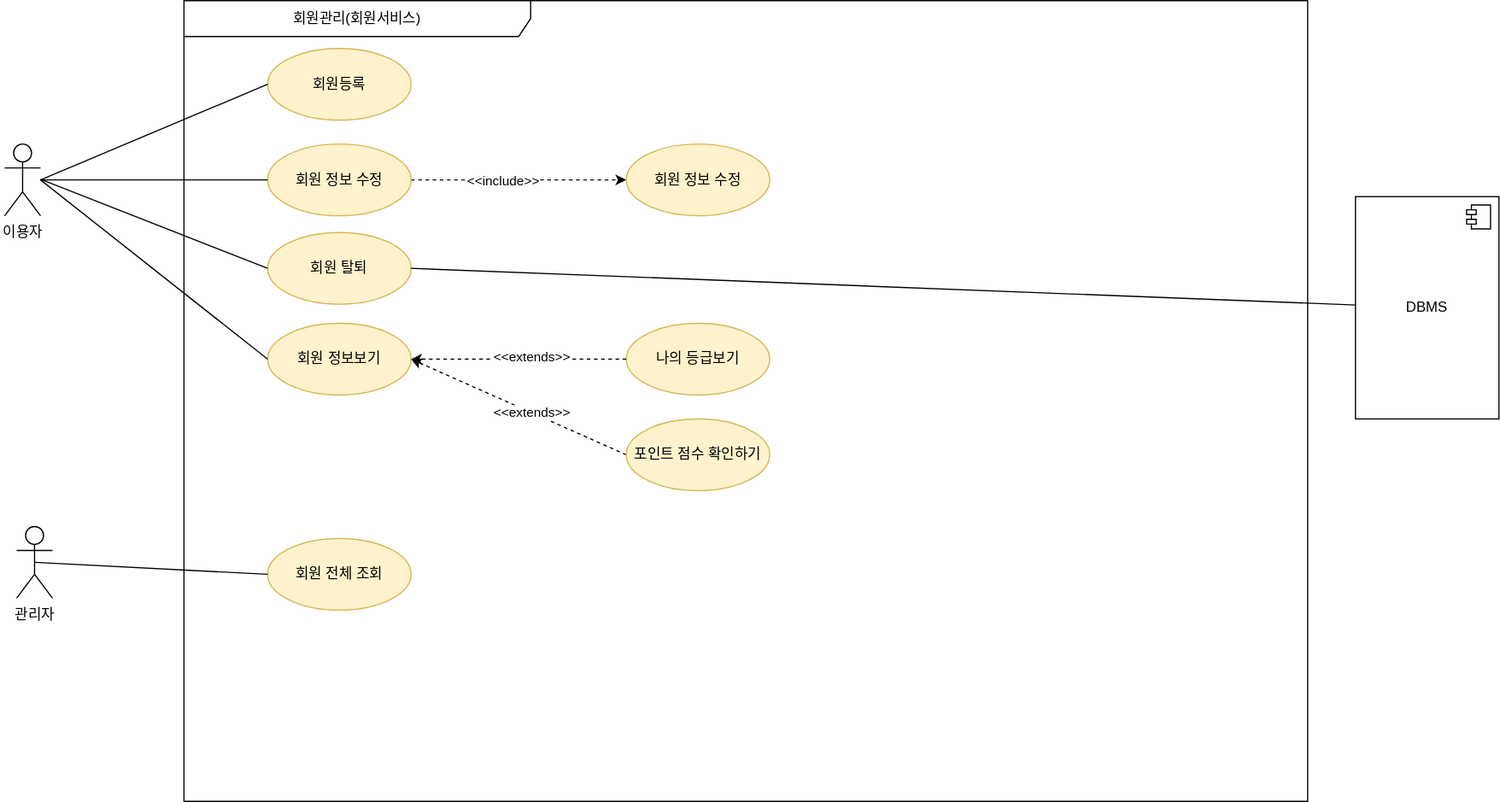
This is 제목 없는 다이어그램.drawio.svg from YooSehui/multi_it_test, a draw.io export, as it was before one commit. Source tidied: cells renumbered, new cells last; positions are measured from the earlier drawing's top-left corner, leaving out a move shared by most shapes. The source it was exported from:
```xml
<mxGraphModel>
  <root>
    <mxCell id="0" />
    <mxCell id="1" parent="0" />
    <mxCell id="2" value="이용자" style="shape=umlActor;verticalLabelPosition=bottom;verticalAlign=top;html=1;outlineConnect=0;" parent="1" vertex="1">
      <mxGeometry y="120" width="30" height="60" as="geometry" />
    </mxCell>
    <mxCell id="3" value="회원관리(회원서비스)" style="shape=umlFrame;whiteSpace=wrap;html=1;width=290;height=30;" parent="1" vertex="1">
      <mxGeometry x="150" width="940" height="670" as="geometry" />
    </mxCell>
    <mxCell id="4" value="관리자" style="shape=umlActor;verticalLabelPosition=bottom;verticalAlign=top;html=1;outlineConnect=0;" parent="1" vertex="1">
      <mxGeometry x="10" y="440" width="30" height="60" as="geometry" />
    </mxCell>
    <mxCell id="5" value="회원등록" style="ellipse;whiteSpace=wrap;html=1;fillColor=#fff2cc;strokeColor=#d6b656;" parent="1" vertex="1">
      <mxGeometry x="220" y="40" width="120" height="60" as="geometry" />
    </mxCell>
    <mxCell id="6" style="edgeStyle=orthogonalEdgeStyle;rounded=0;jettySize=auto;html=1;entryX=0;entryY=0.5;entryDx=0;entryDy=0;dashed=1;" parent="1" edge="1" source="8" target="17">
      <mxGeometry relative="1" as="geometry" />
    </mxCell>
    <mxCell id="7" value="&amp;lt;&amp;lt;include&amp;gt;&amp;gt;" style="edgeLabel;html=1;align=center;verticalAlign=middle;" parent="6" vertex="1">
      <mxGeometry x="-0.16" relative="1" as="geometry" />
    </mxCell>
    <mxCell id="8" value="회원 정보 수정" style="ellipse;whiteSpace=wrap;html=1;fillColor=#fff2cc;strokeColor=#d6b656;" parent="1" vertex="1">
      <mxGeometry x="220" y="120" width="120" height="60" as="geometry" />
    </mxCell>
    <mxCell id="9" value="회원 탈퇴" style="ellipse;whiteSpace=wrap;html=1;fillColor=#fff2cc;strokeColor=#d6b656;" parent="1" vertex="1">
      <mxGeometry x="220" y="194" width="120" height="60" as="geometry" />
    </mxCell>
    <mxCell id="10" value="회원 정보보기" style="ellipse;whiteSpace=wrap;html=1;fillColor=#fff2cc;strokeColor=#d6b656;" parent="1" vertex="1">
      <mxGeometry x="220" y="270" width="120" height="60" as="geometry" />
    </mxCell>
    <mxCell id="11" value="회원 전체 조회" style="ellipse;whiteSpace=wrap;html=1;fillColor=#fff2cc;strokeColor=#d6b656;" parent="1" vertex="1">
      <mxGeometry x="220" y="450" width="120" height="60" as="geometry" />
    </mxCell>
    <mxCell id="12" style="endArrow=none;html=1;rounded=0;entryX=0;entryY=0.5;entryDx=0;entryDy=0;" parent="1" edge="1" source="2" target="8">
      <mxGeometry relative="1" as="geometry" />
    </mxCell>
    <mxCell id="13" style="endArrow=none;html=1;rounded=0;entryX=0;entryY=0.5;entryDx=0;entryDy=0;" parent="1" edge="1" target="9">
      <mxGeometry relative="1" as="geometry">
        <mxPoint x="30" y="149.5" as="sourcePoint" />
      </mxGeometry>
    </mxCell>
    <mxCell id="14" style="endArrow=none;html=1;rounded=0;entryX=0;entryY=0.5;entryDx=0;entryDy=0;" parent="1" edge="1" target="10">
      <mxGeometry relative="1" as="geometry">
        <mxPoint x="30" y="150" as="sourcePoint" />
      </mxGeometry>
    </mxCell>
    <mxCell id="15" style="endArrow=none;html=1;rounded=0;entryX=0;entryY=0.5;entryDx=0;entryDy=0;" parent="1" edge="1" target="5">
      <mxGeometry relative="1" as="geometry">
        <mxPoint x="30" y="150" as="sourcePoint" />
      </mxGeometry>
    </mxCell>
    <mxCell id="16" style="endArrow=none;html=1;rounded=0;entryX=0;entryY=0.5;entryDx=0;entryDy=0;exitX=0.5;exitY=0.5;exitDx=0;exitDy=0;exitPerimeter=0;" parent="1" edge="1" source="4" target="11">
      <mxGeometry relative="1" as="geometry" />
    </mxCell>
    <mxCell id="17" value="회원 정보 수정" style="ellipse;whiteSpace=wrap;html=1;fillColor=#fff2cc;strokeColor=#d6b656;" parent="1" vertex="1">
      <mxGeometry x="520" y="120" width="120" height="60" as="geometry" />
    </mxCell>
    <mxCell id="18" value="나의 등급보기" style="ellipse;whiteSpace=wrap;html=1;fillColor=#fff2cc;strokeColor=#d6b656;" parent="1" vertex="1">
      <mxGeometry x="520" y="270" width="120" height="60" as="geometry" />
    </mxCell>
    <mxCell id="19" style="rounded=0;jettySize=auto;html=1;entryX=1;entryY=0.5;entryDx=0;entryDy=0;dashed=1;exitX=0;exitY=0.5;exitDx=0;exitDy=0;" parent="1" edge="1" source="21" target="10">
      <mxGeometry relative="1" as="geometry" />
    </mxCell>
    <mxCell id="20" value="&amp;lt;&amp;lt;extends&amp;gt;&amp;gt;" style="edgeLabel;html=1;align=center;verticalAlign=middle;" parent="19" vertex="1">
      <mxGeometry x="0.17" y="2" relative="1" as="geometry">
        <mxPoint x="26" y="9" as="offset" />
      </mxGeometry>
    </mxCell>
    <mxCell id="21" value="포인트 점수 확인하기" style="ellipse;whiteSpace=wrap;html=1;fillColor=#fff2cc;strokeColor=#d6b656;" parent="1" vertex="1">
      <mxGeometry x="520" y="350" width="120" height="60" as="geometry" />
    </mxCell>
    <mxCell id="22" style="rounded=0;jettySize=auto;html=1;entryX=1;entryY=0.5;entryDx=0;entryDy=0;dashed=1;" parent="1" edge="1" source="18">
      <mxGeometry relative="1" as="geometry">
        <mxPoint x="340" y="300" as="targetPoint" />
      </mxGeometry>
    </mxCell>
    <mxCell id="23" value="&amp;lt;&amp;lt;extends&amp;gt;&amp;gt;" style="edgeLabel;html=1;align=center;verticalAlign=middle;" parent="22" vertex="1">
      <mxGeometry x="-0.11" y="-3" relative="1" as="geometry" />
    </mxCell>
    <mxCell id="24" value="DBMS" style="html=1;whiteSpace=wrap;" parent="1" vertex="1">
      <mxGeometry x="1130" y="164" width="120" height="186" as="geometry" />
    </mxCell>
    <mxCell id="25" style="shape=module;jettyWidth=8;jettyHeight=4;" parent="24" vertex="1">
      <mxGeometry x="1" width="20" height="20" relative="1" as="geometry">
        <mxPoint x="-27" y="7" as="offset" />
      </mxGeometry>
    </mxCell>
    <mxCell id="26" style="endArrow=none;html=1;rounded=0;exitX=1;exitY=0.5;exitDx=0;exitDy=0;" parent="1" edge="1" source="9" target="24">
      <mxGeometry relative="1" as="geometry" />
    </mxCell>
  </root>
</mxGraphModel>
```
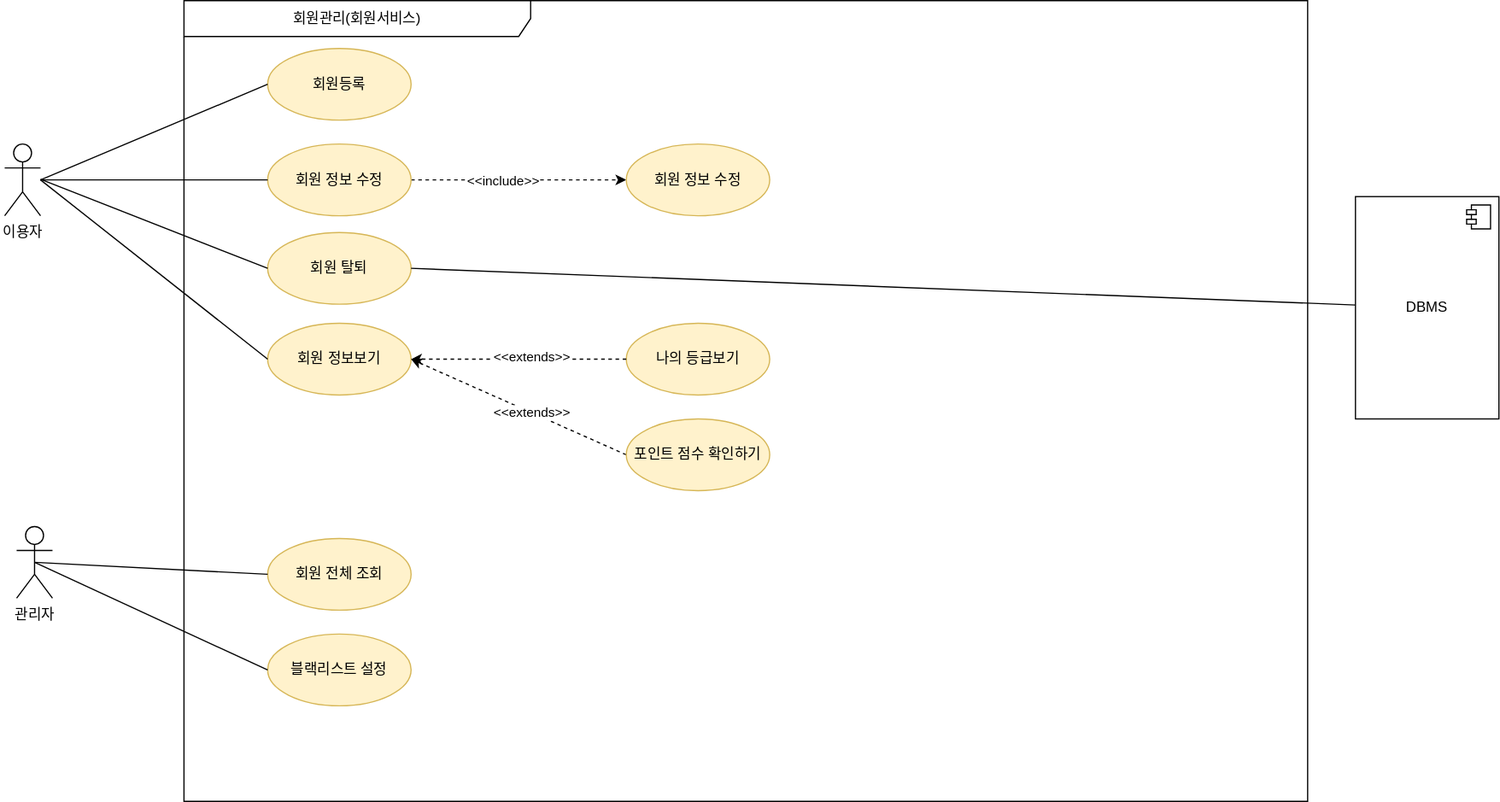
The same diagram one commit later.

Commit message:
회원관리유즈케이스.drawio.svg

Diff of the diagram source:
```diff
@@ -89,5 +89,13 @@
     <mxCell id="26" style="endArrow=none;html=1;rounded=0;exitX=1;exitY=0.5;exitDx=0;exitDy=0;" parent="1" edge="1" source="9" target="24">
       <mxGeometry relative="1" as="geometry" />
     </mxCell>
+    <mxCell id="27" value="블랙리스트 설정" style="ellipse;whiteSpace=wrap;html=1;fillColor=#fff2cc;strokeColor=#d6b656;" parent="1" vertex="1">
+      <mxGeometry x="220" y="530" width="120" height="60" as="geometry" />
+    </mxCell>
+    <mxCell id="28" style="endArrow=none;html=1;rounded=0;entryX=0;entryY=0.5;entryDx=0;entryDy=0;exitX=0.5;exitY=0.5;exitDx=0;exitDy=0;exitPerimeter=0;" parent="1" edge="1" target="27">
+      <mxGeometry relative="1" as="geometry">
+        <mxPoint x="25" y="470" as="sourcePoint" />
+      </mxGeometry>
+    </mxCell>
   </root>
 </mxGraphModel>
```
